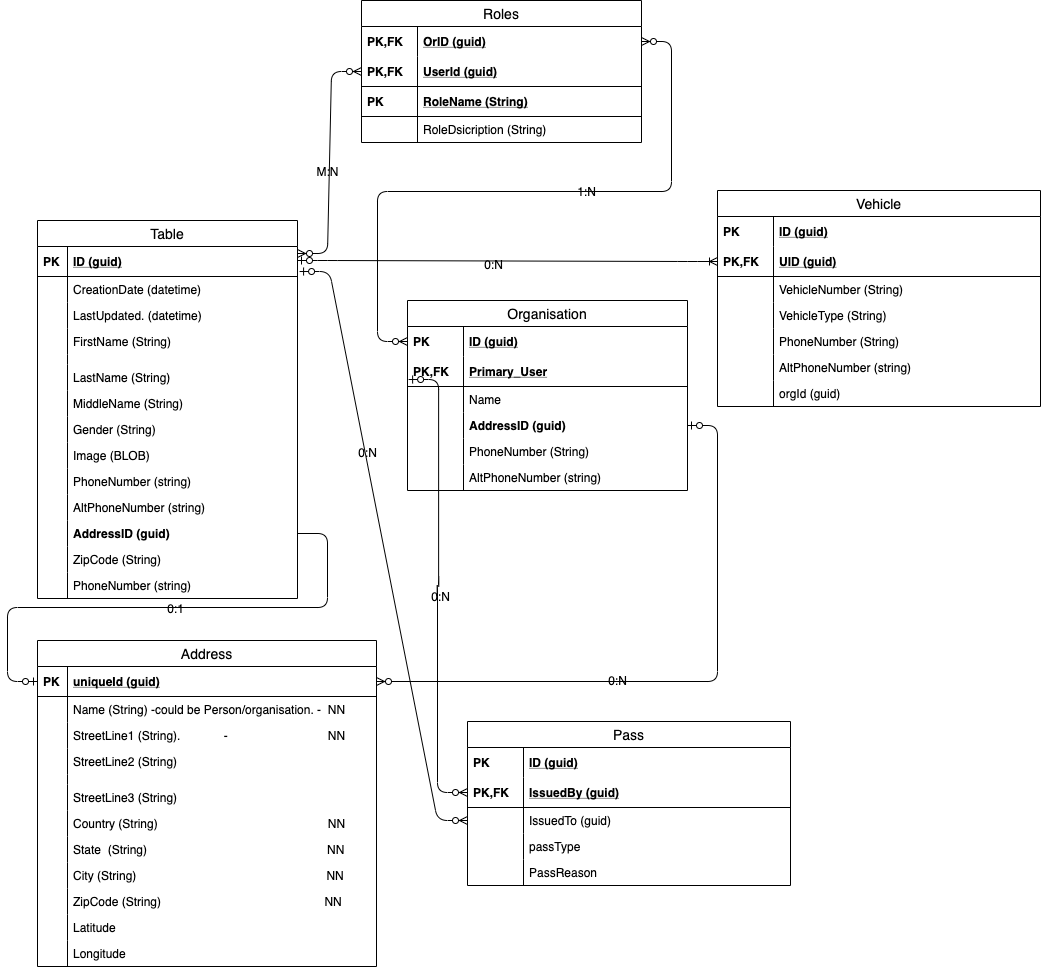
Above: temporary-testing/ERModel.png in VICS-CORE/safepassage_server (draw.io), before the change. Source tidied: cells renumbered, new cells last; positions are measured from the earlier drawing's top-left corner, leaving out a move shared by most shapes.
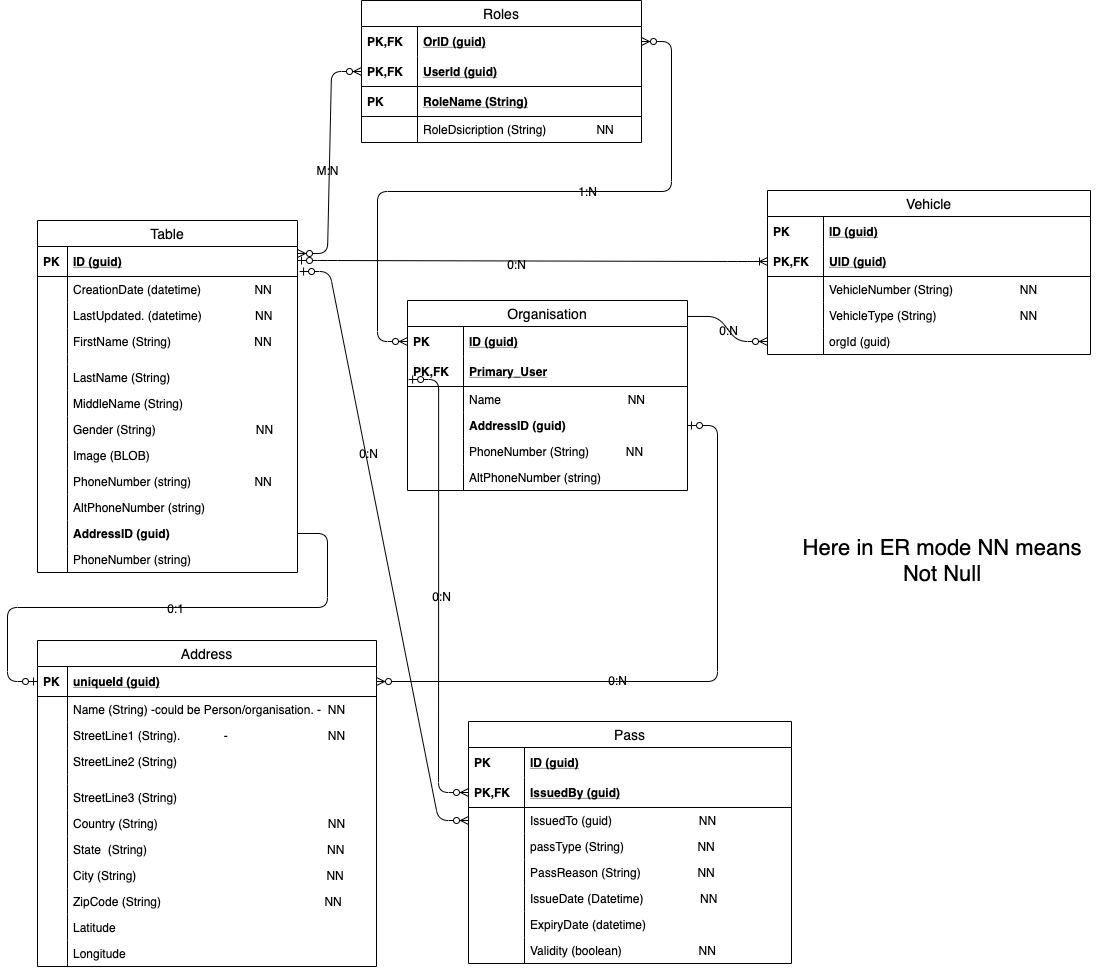
The same file after the commit.

Commit message:
update model diagram

What changed in the source:
```diff
@@ -5,3 +5,3 @@
     <mxCell id="2" value="Table" style="swimlane;fontStyle=0;horizontal=1;startSize=26;align=center;fontSize=14;" parent="1" vertex="1">
-      <mxGeometry y="220" width="260" height="378" as="geometry" />
+      <mxGeometry y="220" width="260" height="352" as="geometry" />
     </mxCell>
@@ -13,3 +13,3 @@
     </mxCell>
-    <mxCell id="5" value="CreationDate (datetime)" style="shape=partialRectangle;top=0;left=0;right=0;bottom=0;align=left;verticalAlign=top;fillColor=none;spacingLeft=34;spacingRight=4;overflow=hidden;points=[[0,0.5],[1,0.5]];portConstraint=eastwest;fontSize=12;" parent="2" vertex="1">
+    <mxCell id="5" value="CreationDate (datetime)                NN" style="shape=partialRectangle;top=0;left=0;right=0;bottom=0;align=left;verticalAlign=top;fillColor=none;spacingLeft=34;spacingRight=4;overflow=hidden;points=[[0,0.5],[1,0.5]];portConstraint=eastwest;fontSize=12;" parent="2" vertex="1">
       <mxGeometry y="56" width="260" height="26" as="geometry" />
@@ -19,3 +19,3 @@
     </mxCell>
-    <mxCell id="7" value="LastUpdated. (datetime)" style="shape=partialRectangle;top=0;left=0;right=0;bottom=0;align=left;verticalAlign=top;fillColor=none;spacingLeft=34;spacingRight=4;overflow=hidden;fontSize=12;" parent="2" vertex="1">
+    <mxCell id="7" value="LastUpdated. (datetime)                NN" style="shape=partialRectangle;top=0;left=0;right=0;bottom=0;align=left;verticalAlign=top;fillColor=none;spacingLeft=34;spacingRight=4;overflow=hidden;fontSize=12;" parent="2" vertex="1">
       <mxGeometry y="82" width="260" height="26" as="geometry" />
@@ -25,3 +25,3 @@
     </mxCell>
-    <mxCell id="9" value="FirstName (String)" style="shape=partialRectangle;top=0;left=0;right=0;bottom=0;align=left;verticalAlign=top;fillColor=none;spacingLeft=34;spacingRight=4;overflow=hidden;fontSize=12;" parent="2" vertex="1">
+    <mxCell id="9" value="FirstName (String)                         NN" style="shape=partialRectangle;top=0;left=0;right=0;bottom=0;align=left;verticalAlign=top;fillColor=none;spacingLeft=34;spacingRight=4;overflow=hidden;fontSize=12;" parent="2" vertex="1">
       <mxGeometry y="108" width="260" height="26" as="geometry" />
@@ -49,3 +49,3 @@
     </mxCell>
-    <mxCell id="17" value="Gender (String)" style="shape=partialRectangle;top=0;left=0;right=0;bottom=0;align=left;verticalAlign=top;fillColor=none;spacingLeft=34;spacingRight=4;overflow=hidden;fontSize=12;" parent="2" vertex="1">
+    <mxCell id="17" value="Gender (String)                              NN" style="shape=partialRectangle;top=0;left=0;right=0;bottom=0;align=left;verticalAlign=top;fillColor=none;spacingLeft=34;spacingRight=4;overflow=hidden;fontSize=12;" parent="2" vertex="1">
       <mxGeometry y="196" width="260" height="26" as="geometry" />
@@ -61,3 +61,3 @@
     </mxCell>
-    <mxCell id="21" value="PhoneNumber (string)" style="shape=partialRectangle;top=0;left=0;right=0;bottom=0;align=left;verticalAlign=top;fillColor=none;spacingLeft=34;spacingRight=4;overflow=hidden;fontSize=12;" parent="2" vertex="1">
+    <mxCell id="21" value="PhoneNumber (string)                   NN" style="shape=partialRectangle;top=0;left=0;right=0;bottom=0;align=left;verticalAlign=top;fillColor=none;spacingLeft=34;spacingRight=4;overflow=hidden;fontSize=12;" parent="2" vertex="1">
       <mxGeometry y="248" width="260" height="26" as="geometry" />
@@ -79,10 +79,4 @@
     </mxCell>
-    <mxCell id="27" value="ZipCode (String)" style="shape=partialRectangle;top=0;left=0;right=0;bottom=0;align=left;verticalAlign=top;fillColor=none;spacingLeft=34;spacingRight=4;overflow=hidden;fontSize=12;" parent="2" vertex="1">
-      <mxGeometry y="326" width="260" height="26" as="geometry" />
-    </mxCell>
-    <mxCell id="28" style="shape=partialRectangle;top=0;left=0;bottom=0;fillColor=none;align=left;verticalAlign=top;spacingLeft=4;spacingRight=4;overflow=hidden;fontSize=12;" parent="27" vertex="1">
-      <mxGeometry width="30" height="26" as="geometry" />
-    </mxCell>
     <mxCell id="29" value="PhoneNumber (string)" style="shape=partialRectangle;top=0;left=0;right=0;bottom=0;align=left;verticalAlign=top;fillColor=none;spacingLeft=34;spacingRight=4;overflow=hidden;fontSize=12;" parent="2" vertex="1">
-      <mxGeometry y="352" width="260" height="26" as="geometry" />
+      <mxGeometry y="326" width="260" height="26" as="geometry" />
     </mxCell>
@@ -120,3 +114,3 @@
     </mxCell>
-    <mxCell id="40" value="RoleDsicription (String)" style="shape=partialRectangle;top=0;left=0;right=0;bottom=0;align=left;verticalAlign=top;fillColor=none;spacingLeft=60;spacingRight=4;overflow=hidden;fontSize=12;" parent="33" vertex="1">
+    <mxCell id="40" value="RoleDsicription (String)               NN" style="shape=partialRectangle;top=0;left=0;right=0;bottom=0;align=left;verticalAlign=top;fillColor=none;spacingLeft=60;spacingRight=4;overflow=hidden;fontSize=12;" parent="33" vertex="1">
       <mxGeometry y="116" width="280" height="26" as="geometry" />
@@ -141,3 +135,3 @@
     </mxCell>
-    <mxCell id="47" value="Name" style="shape=partialRectangle;top=0;left=0;right=0;bottom=0;align=left;verticalAlign=top;fillColor=none;spacingLeft=60;spacingRight=4;overflow=hidden;fontSize=12;" parent="42" vertex="1">
+    <mxCell id="47" value="Name                                      NN" style="shape=partialRectangle;top=0;left=0;right=0;bottom=0;align=left;verticalAlign=top;fillColor=none;spacingLeft=60;spacingRight=4;overflow=hidden;fontSize=12;" parent="42" vertex="1">
       <mxGeometry y="86" width="280" height="26" as="geometry" />
@@ -153,3 +147,3 @@
     </mxCell>
-    <mxCell id="51" value="PhoneNumber (String)" style="shape=partialRectangle;top=0;left=0;right=0;bottom=0;align=left;verticalAlign=top;fillColor=none;spacingLeft=60;spacingRight=4;overflow=hidden;fontSize=12;" parent="42" vertex="1">
+    <mxCell id="51" value="PhoneNumber (String)           NN" style="shape=partialRectangle;top=0;left=0;right=0;bottom=0;align=left;verticalAlign=top;fillColor=none;spacingLeft=60;spacingRight=4;overflow=hidden;fontSize=12;" parent="42" vertex="1">
       <mxGeometry y="138" width="280" height="26" as="geometry" />
@@ -262,47 +256,2 @@
     </mxCell>
-    <mxCell id="86" value="Vehicle" style="swimlane;fontStyle=0;horizontal=1;startSize=26;align=center;fontSize=14;" parent="1" vertex="1">
-      <mxGeometry x="680" y="190" width="323" height="216" as="geometry" />
-    </mxCell>
-    <mxCell id="87" value="ID (guid)" style="shape=partialRectangle;top=0;left=0;right=0;bottom=0;align=left;verticalAlign=middle;fillColor=none;spacingLeft=60;spacingRight=4;overflow=hidden;fontStyle=5;fontSize=12;" parent="86" vertex="1">
-      <mxGeometry y="26" width="323" height="30" as="geometry" />
-    </mxCell>
-    <mxCell id="88" value="PK" style="shape=partialRectangle;fontStyle=1;top=0;left=0;bottom=0;fillColor=none;align=left;verticalAlign=middle;spacingLeft=4;spacingRight=4;overflow=hidden;fontSize=12;" parent="87" vertex="1">
-      <mxGeometry width="56" height="30" as="geometry" />
-    </mxCell>
-    <mxCell id="89" value="UID (guid)" style="shape=partialRectangle;top=0;left=0;right=0;bottom=1;align=left;verticalAlign=middle;fillColor=none;spacingLeft=60;spacingRight=4;overflow=hidden;points=[[0,0.5],[1,0.5]];portConstraint=eastwest;fontStyle=5;fontSize=12;" parent="86" vertex="1">
-      <mxGeometry y="56" width="323" height="30" as="geometry" />
-    </mxCell>
-    <mxCell id="90" value="PK,FK" style="shape=partialRectangle;fontStyle=1;top=0;left=0;bottom=0;fillColor=none;align=left;verticalAlign=middle;spacingLeft=4;spacingRight=4;overflow=hidden;fontSize=12;" parent="89" vertex="1">
-      <mxGeometry width="56" height="30" as="geometry" />
-    </mxCell>
-    <mxCell id="91" value="VehicleNumber (String)" style="shape=partialRectangle;top=0;left=0;right=0;bottom=0;align=left;verticalAlign=top;fillColor=none;spacingLeft=60;spacingRight=4;overflow=hidden;fontSize=12;" parent="86" vertex="1">
-      <mxGeometry y="86" width="323" height="26" as="geometry" />
-    </mxCell>
-    <mxCell id="92" style="shape=partialRectangle;top=0;left=0;bottom=0;fillColor=none;align=left;verticalAlign=top;spacingLeft=4;spacingRight=4;overflow=hidden;fontSize=12;" parent="91" vertex="1">
-      <mxGeometry width="56" height="26" as="geometry" />
-    </mxCell>
-    <mxCell id="93" value="VehicleType (String)" style="shape=partialRectangle;top=0;left=0;right=0;bottom=0;align=left;verticalAlign=top;fillColor=none;spacingLeft=60;spacingRight=4;overflow=hidden;fontSize=12;" parent="86" vertex="1">
-      <mxGeometry y="112" width="323" height="26" as="geometry" />
-    </mxCell>
-    <mxCell id="94" style="shape=partialRectangle;top=0;left=0;bottom=0;fillColor=none;align=left;verticalAlign=top;spacingLeft=4;spacingRight=4;overflow=hidden;fontSize=12;" parent="93" vertex="1">
-      <mxGeometry width="56" height="26" as="geometry" />
-    </mxCell>
-    <mxCell id="95" value="PhoneNumber (String)" style="shape=partialRectangle;top=0;left=0;right=0;bottom=0;align=left;verticalAlign=top;fillColor=none;spacingLeft=60;spacingRight=4;overflow=hidden;fontSize=12;" parent="86" vertex="1">
-      <mxGeometry y="138" width="323" height="26" as="geometry" />
-    </mxCell>
-    <mxCell id="96" style="shape=partialRectangle;top=0;left=0;bottom=0;fillColor=none;align=left;verticalAlign=top;spacingLeft=4;spacingRight=4;overflow=hidden;fontSize=12;" parent="95" vertex="1">
-      <mxGeometry width="56" height="26" as="geometry" />
-    </mxCell>
-    <mxCell id="97" value="AltPhoneNumber (string)" style="shape=partialRectangle;top=0;left=0;right=0;bottom=0;align=left;verticalAlign=top;fillColor=none;spacingLeft=60;spacingRight=4;overflow=hidden;fontSize=12;" parent="86" vertex="1">
-      <mxGeometry y="164" width="323" height="26" as="geometry" />
-    </mxCell>
-    <mxCell id="98" style="shape=partialRectangle;top=0;left=0;bottom=0;fillColor=none;align=left;verticalAlign=top;spacingLeft=4;spacingRight=4;overflow=hidden;fontSize=12;" parent="97" vertex="1">
-      <mxGeometry width="56" height="26" as="geometry" />
-    </mxCell>
-    <mxCell id="99" value="orgId (guid)" style="shape=partialRectangle;top=0;left=0;right=0;bottom=0;align=left;verticalAlign=top;fillColor=none;spacingLeft=60;spacingRight=4;overflow=hidden;points=[[0,0.5],[1,0.5]];portConstraint=eastwest;fontSize=12;" parent="86" vertex="1">
-      <mxGeometry y="190" width="323" height="26" as="geometry" />
-    </mxCell>
-    <mxCell id="100" style="shape=partialRectangle;top=0;left=0;bottom=0;fillColor=none;align=left;verticalAlign=top;spacingLeft=4;spacingRight=4;overflow=hidden;fontSize=12;" parent="99" vertex="1">
-      <mxGeometry width="56" height="26" as="geometry" />
-    </mxCell>
     <mxCell id="101" style="edgeStyle=entityRelationEdgeStyle;fontSize=12;html=1;endArrow=ERzeroToMany;startArrow=ERzeroToOne;exitX=0.004;exitY=0.767;exitDx=0;exitDy=0;exitPerimeter=0;entryX=0;entryY=0.5;entryDx=0;entryDy=0;" parent="1" edge="1" source="45" target="108">
@@ -320,3 +269,3 @@
     <mxCell id="105" value="Pass" style="swimlane;fontStyle=0;horizontal=1;startSize=26;align=center;fontSize=14;" parent="1" vertex="1">
-      <mxGeometry x="430" y="721" width="323" height="164" as="geometry" />
+      <mxGeometry x="431" y="721" width="323" height="242" as="geometry" />
     </mxCell>
@@ -334,3 +283,3 @@
     </mxCell>
-    <mxCell id="110" value="IssuedTo (guid)" style="shape=partialRectangle;top=0;left=0;right=0;bottom=0;align=left;verticalAlign=top;fillColor=none;spacingLeft=60;spacingRight=4;overflow=hidden;points=[[0,0.5],[1,0.5]];portConstraint=eastwest;fontSize=12;" parent="105" vertex="1">
+    <mxCell id="110" value="IssuedTo (guid)                          NN" style="shape=partialRectangle;top=0;left=0;right=0;bottom=0;align=left;verticalAlign=top;fillColor=none;spacingLeft=60;spacingRight=4;overflow=hidden;points=[[0,0.5],[1,0.5]];portConstraint=eastwest;fontSize=12;" parent="105" vertex="1">
       <mxGeometry y="86" width="323" height="26" as="geometry" />
@@ -340,3 +289,3 @@
     </mxCell>
-    <mxCell id="112" value="passType" style="shape=partialRectangle;top=0;left=0;right=0;bottom=0;align=left;verticalAlign=top;fillColor=none;spacingLeft=60;spacingRight=4;overflow=hidden;fontSize=12;" parent="105" vertex="1">
+    <mxCell id="112" value="passType (String)                      NN&#10; " style="shape=partialRectangle;top=0;left=0;right=0;bottom=0;align=left;verticalAlign=top;fillColor=none;spacingLeft=60;spacingRight=4;overflow=hidden;fontSize=12;" parent="105" vertex="1">
       <mxGeometry y="112" width="323" height="26" as="geometry" />
@@ -346,3 +295,3 @@
     </mxCell>
-    <mxCell id="114" value="PassReason" style="shape=partialRectangle;top=0;left=0;right=0;bottom=0;align=left;verticalAlign=top;fillColor=none;spacingLeft=60;spacingRight=4;overflow=hidden;fontSize=12;" parent="105" vertex="1">
+    <mxCell id="114" value="PassReason (String)                 NN" style="shape=partialRectangle;top=0;left=0;right=0;bottom=0;align=left;verticalAlign=top;fillColor=none;spacingLeft=60;spacingRight=4;overflow=hidden;fontSize=12;" parent="105" vertex="1">
       <mxGeometry y="138" width="323" height="26" as="geometry" />
@@ -352,2 +301,20 @@
     </mxCell>
+    <mxCell id="118" value="IssueDate (Datetime)                 NN" style="shape=partialRectangle;top=0;left=0;right=0;bottom=0;align=left;verticalAlign=top;fillColor=none;spacingLeft=60;spacingRight=4;overflow=hidden;fontSize=12;" parent="105" vertex="1">
+      <mxGeometry y="164" width="323" height="26" as="geometry" />
+    </mxCell>
+    <mxCell id="119" style="shape=partialRectangle;top=0;left=0;bottom=0;fillColor=none;align=left;verticalAlign=top;spacingLeft=4;spacingRight=4;overflow=hidden;fontSize=12;" parent="118" vertex="1">
+      <mxGeometry width="56" height="26" as="geometry" />
+    </mxCell>
+    <mxCell id="120" value="ExpiryDate (datetime)" style="shape=partialRectangle;top=0;left=0;right=0;bottom=0;align=left;verticalAlign=top;fillColor=none;spacingLeft=60;spacingRight=4;overflow=hidden;fontSize=12;" parent="105" vertex="1">
+      <mxGeometry y="190" width="323" height="26" as="geometry" />
+    </mxCell>
+    <mxCell id="121" style="shape=partialRectangle;top=0;left=0;bottom=0;fillColor=none;align=left;verticalAlign=top;spacingLeft=4;spacingRight=4;overflow=hidden;fontSize=12;" parent="120" vertex="1">
+      <mxGeometry width="56" height="26" as="geometry" />
+    </mxCell>
+    <mxCell id="122" value="Validity (boolean)                       NN" style="shape=partialRectangle;top=0;left=0;right=0;bottom=0;align=left;verticalAlign=top;fillColor=none;spacingLeft=60;spacingRight=4;overflow=hidden;fontSize=12;" parent="105" vertex="1">
+      <mxGeometry y="216" width="323" height="26" as="geometry" />
+    </mxCell>
+    <mxCell id="123" style="shape=partialRectangle;top=0;left=0;bottom=0;fillColor=none;align=left;verticalAlign=top;spacingLeft=4;spacingRight=4;overflow=hidden;fontSize=12;" parent="122" vertex="1">
+      <mxGeometry width="56" height="26" as="geometry" />
+    </mxCell>
     <mxCell id="116" style="edgeStyle=entityRelationEdgeStyle;fontSize=12;html=1;endArrow=ERzeroToOne;endFill=1;exitX=1;exitY=0.5;exitDx=0;exitDy=0;entryX=0;entryY=0.5;entryDx=0;entryDy=0;" parent="1" edge="1" source="25" target="56">
@@ -358,2 +325,44 @@
     </mxCell>
+    <mxCell id="124" value="&lt;font style=&quot;font-size: 22px&quot;&gt;Here in ER mode NN means Not Null&lt;/font&gt;" style="text;html=1;strokeColor=none;fillColor=none;align=center;verticalAlign=middle;whiteSpace=wrap;rounded=0;" parent="1" vertex="1">
+      <mxGeometry x="750" y="550" width="310" height="20" as="geometry" />
+    </mxCell>
+    <mxCell id="125" style="edgeStyle=entityRelationEdgeStyle;fontSize=12;html=1;endArrow=ERzeroToMany;endFill=1;exitX=1;exitY=0.084;exitDx=0;exitDy=0;exitPerimeter=0;entryX=0;entryY=0.5;entryDx=0;entryDy=0;" parent="1" edge="1" source="42" target="99">
+      <mxGeometry relative="1" as="geometry" />
+    </mxCell>
+    <mxCell id="126" value="0:N" style="text;html=1;align=center;verticalAlign=middle;" parent="125" vertex="1">
+      <mxGeometry x="0.02" relative="1" as="geometry" />
+    </mxCell>
+    <mxCell id="86" value="Vehicle" style="swimlane;fontStyle=0;horizontal=1;startSize=26;align=center;fontSize=14;" parent="1" vertex="1">
+      <mxGeometry x="730" y="190" width="323" height="164" as="geometry" />
+    </mxCell>
+    <mxCell id="87" value="ID (guid)" style="shape=partialRectangle;top=0;left=0;right=0;bottom=0;align=left;verticalAlign=middle;fillColor=none;spacingLeft=60;spacingRight=4;overflow=hidden;fontStyle=5;fontSize=12;" parent="86" vertex="1">
+      <mxGeometry y="26" width="323" height="30" as="geometry" />
+    </mxCell>
+    <mxCell id="88" value="PK" style="shape=partialRectangle;fontStyle=1;top=0;left=0;bottom=0;fillColor=none;align=left;verticalAlign=middle;spacingLeft=4;spacingRight=4;overflow=hidden;fontSize=12;" parent="87" vertex="1">
+      <mxGeometry width="56" height="30" as="geometry" />
+    </mxCell>
+    <mxCell id="89" value="UID (guid)" style="shape=partialRectangle;top=0;left=0;right=0;bottom=1;align=left;verticalAlign=middle;fillColor=none;spacingLeft=60;spacingRight=4;overflow=hidden;points=[[0,0.5],[1,0.5]];portConstraint=eastwest;fontStyle=5;fontSize=12;" parent="86" vertex="1">
+      <mxGeometry y="56" width="323" height="30" as="geometry" />
+    </mxCell>
+    <mxCell id="90" value="PK,FK" style="shape=partialRectangle;fontStyle=1;top=0;left=0;bottom=0;fillColor=none;align=left;verticalAlign=middle;spacingLeft=4;spacingRight=4;overflow=hidden;fontSize=12;" parent="89" vertex="1">
+      <mxGeometry width="56" height="30" as="geometry" />
+    </mxCell>
+    <mxCell id="91" value="VehicleNumber (String)                    NN" style="shape=partialRectangle;top=0;left=0;right=0;bottom=0;align=left;verticalAlign=top;fillColor=none;spacingLeft=60;spacingRight=4;overflow=hidden;fontSize=12;" parent="86" vertex="1">
+      <mxGeometry y="86" width="323" height="26" as="geometry" />
+    </mxCell>
+    <mxCell id="92" style="shape=partialRectangle;top=0;left=0;bottom=0;fillColor=none;align=left;verticalAlign=top;spacingLeft=4;spacingRight=4;overflow=hidden;fontSize=12;" parent="91" vertex="1">
+      <mxGeometry width="56" height="26" as="geometry" />
+    </mxCell>
+    <mxCell id="93" value="VehicleType (String)                         NN" style="shape=partialRectangle;top=0;left=0;right=0;bottom=0;align=left;verticalAlign=top;fillColor=none;spacingLeft=60;spacingRight=4;overflow=hidden;fontSize=12;" parent="86" vertex="1">
+      <mxGeometry y="112" width="323" height="26" as="geometry" />
+    </mxCell>
+    <mxCell id="94" style="shape=partialRectangle;top=0;left=0;bottom=0;fillColor=none;align=left;verticalAlign=top;spacingLeft=4;spacingRight=4;overflow=hidden;fontSize=12;" parent="93" vertex="1">
+      <mxGeometry width="56" height="26" as="geometry" />
+    </mxCell>
+    <mxCell id="99" value="orgId (guid)" style="shape=partialRectangle;top=0;left=0;right=0;bottom=0;align=left;verticalAlign=top;fillColor=none;spacingLeft=60;spacingRight=4;overflow=hidden;points=[[0,0.5],[1,0.5]];portConstraint=eastwest;fontSize=12;" parent="86" vertex="1">
+      <mxGeometry y="138" width="323" height="26" as="geometry" />
+    </mxCell>
+    <mxCell id="100" style="shape=partialRectangle;top=0;left=0;bottom=0;fillColor=none;align=left;verticalAlign=top;spacingLeft=4;spacingRight=4;overflow=hidden;fontSize=12;" parent="99" vertex="1">
+      <mxGeometry width="56" height="26" as="geometry" />
+    </mxCell>
   </root>
```
